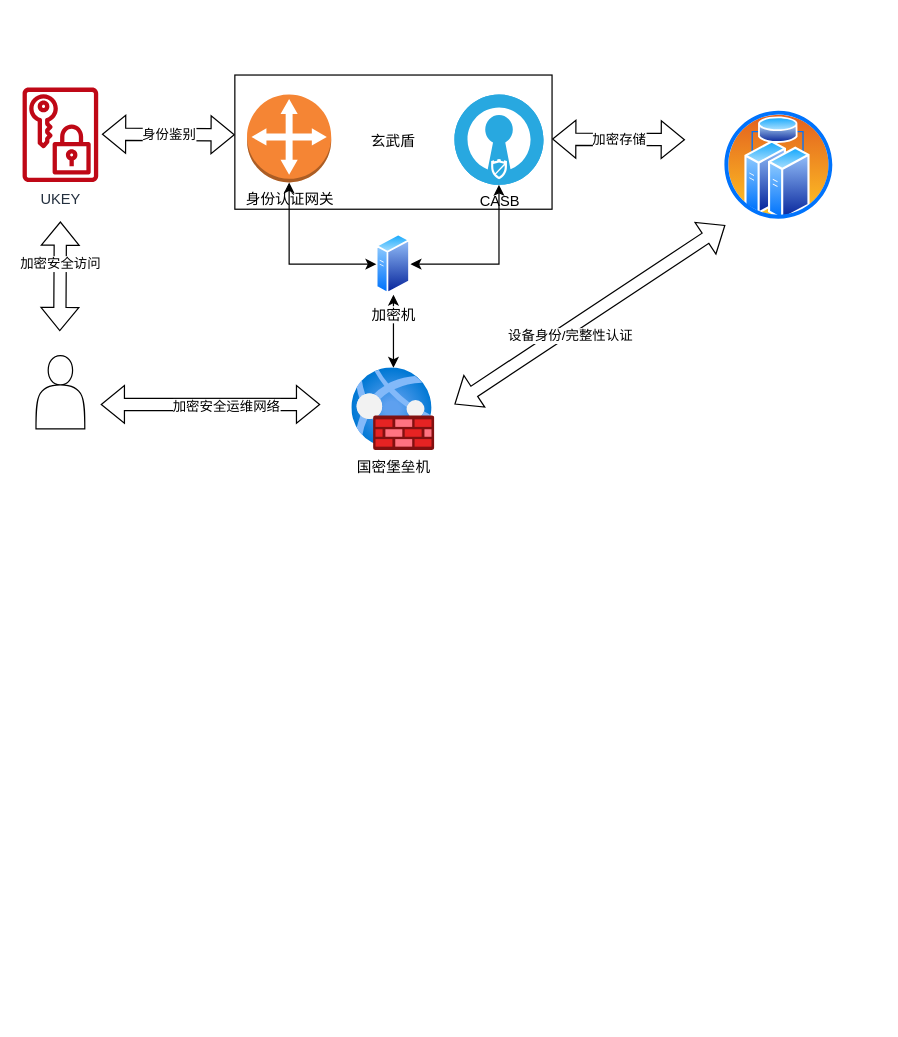
The draw.io diagram Untitled Diagram.drawio in louyu65/HelibRelease.lib, before the edit. Source tidied: cells renumbered, new cells numbered last; positions are measured from the earlier drawing's top-left corner, leaving out a move shared by most shapes. Both pictures are drawn from the tidied source at 122%, with x=0, y=0 at pixel (22, 74).
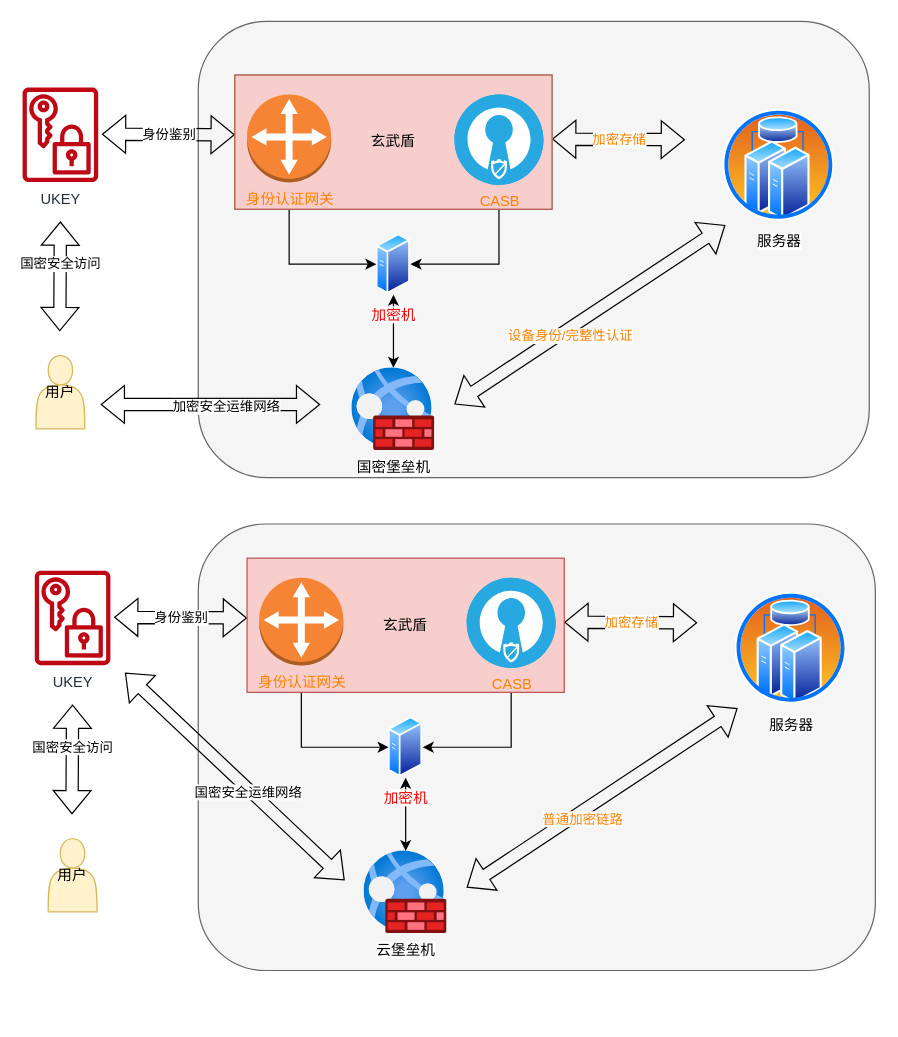
The same page after the edit.

The change refers to these unchanged cells:
```xml
<mxCell id="12" style="shape=flexArrow;endArrow=classic;startArrow=classic;html=1;rounded=0;entryX=0.022;entryY=1.033;entryDx=0;entryDy=0;entryPerimeter=0;" parent="1" edge="1" target="4">
  <mxGeometry relative="1" as="geometry">
    <mxPoint x="354" y="270" as="sourcePoint" />
  </mxGeometry>
</mxCell>
<mxCell id="21" style="shape=flexArrow;endArrow=classic;startArrow=classic;html=1;rounded=0;" parent="1" edge="1">
  <mxGeometry relative="1" as="geometry">
    <mxPoint x="30.5" y="210" as="sourcePoint" />
    <mxPoint x="31" y="120" as="targetPoint" />
  </mxGeometry>
</mxCell>
```

What changed in the source:
```diff
@@
+    <mxCell id="23" style="rounded=1;whiteSpace=wrap;html=1;fillColor=#f5f5f5;strokeColor=#666666;fontColor=#333333;" parent="1" vertex="1">
+      <mxGeometry x="144" y="-44" width="550" height="374" as="geometry" />
+    </mxCell>
+    <mxCell id="24" style="rounded=1;whiteSpace=wrap;html=1;fillColor=#f5f5f5;strokeColor=#666666;fontColor=#333333;" parent="1" vertex="1">
+      <mxGeometry x="144" y="368" width="555" height="366" as="geometry" />
+    </mxCell>
@@
-    <mxCell id="4" style="perimeter=ellipsePerimeter;html=1;align=center;shadow=0;dashed=0;spacingTop=3;image;image=img/lib/active_directory/cluster_server.svg;" parent="1" vertex="1">
+    <mxCell id="4" value="服务器" style="perimeter=ellipsePerimeter;html=1;align=center;shadow=0;dashed=0;spacingTop=3;image;image=img/lib/active_directory/cluster_server.svg;" parent="1" vertex="1">
       <mxGeometry x="574" y="28" width="92" height="92" as="geometry" />
     </mxCell>
-    <mxCell id="5" value="加密存储" style="shape=flexArrow;endArrow=classic;startArrow=classic;html=1;rounded=0;" parent="1" edge="1">
+    <mxCell id="5" value="&lt;font color=&quot;#ff8000&quot;&gt;加密存储&lt;/font&gt;" style="shape=flexArrow;endArrow=classic;startArrow=classic;html=1;rounded=0;" parent="1" edge="1">
       <mxGeometry relative="1" as="geometry">
         <mxPoint x="434" y="52.5" as="sourcePoint" />
         <mxPoint x="543" y="53" as="targetPoint" />
       </mxGeometry>
     </mxCell>
-    <mxCell id="6" style="group;" parent="1" vertex="1">
-      <mxGeometry x="174" width="260" height="110" as="geometry" />
-    </mxCell>
-    <mxCell id="7" value="玄武盾" style="rounded=0;whiteSpace=wrap;html=1;" parent="6" vertex="1">
-      <mxGeometry width="260" height="110" as="geometry" />
-    </mxCell>
-    <mxCell id="8" value="身份认证网关" style="outlineConnect=0;dashed=0;verticalLabelPosition=bottom;verticalAlign=top;align=center;html=1;shape=mxgraph.aws3.customer_gateway;fillColor=#F58534;gradientColor=none;" parent="6" vertex="1">
-      <mxGeometry x="10" y="16" width="69" height="72" as="geometry" />
-    </mxCell>
-    <mxCell id="9" value="CASB" style="fillColor=#28A8E0;verticalLabelPosition=bottom;sketch=0;html=1;strokeColor=#ffffff;verticalAlign=top;align=center;points=[[0.145,0.145,0],[0.5,0,0],[0.855,0.145,0],[1,0.5,0],[0.855,0.855,0],[0.5,1,0],[0.145,0.855,0],[0,0.5,0]];shape=mxgraph.cisco_safe.compositeIcon;bgIcon=ellipse;resIcon=mxgraph.cisco_safe.capability.casb;" parent="6" vertex="1">
-      <mxGeometry x="180" y="16" width="73" height="74" as="geometry" />
-    </mxCell>
@@
-    <mxCell id="13" value="设备身份/完整性认证" style="edgeLabel;html=1;align=center;verticalAlign=middle;" parent="12" vertex="1">
+    <mxCell id="13" value="设备身份/完整性认证" style="edgeLabel;html=1;align=center;verticalAlign=middle;fontColor=#FF8000;" parent="12" vertex="1">
       <mxGeometry x="-0.18" y="-4" relative="1" as="geometry">
         <mxPoint x="1" as="offset" />
       </mxGeometry>
     </mxCell>
@@
-    <mxCell id="16" value="加密机" style="perimeter=ellipsePerimeter;html=1;align=center;shadow=0;dashed=0;spacingTop=3;image;image=img/lib/active_directory/generic_server.svg;" parent="1" vertex="1">
+    <mxCell id="16" value="&lt;font color=&quot;#ff0000&quot;&gt;加密机&lt;/font&gt;" style="perimeter=ellipsePerimeter;html=1;align=center;shadow=0;dashed=0;spacingTop=3;image;image=img/lib/active_directory/generic_server.svg;" parent="1" vertex="1">
       <mxGeometry x="290" y="130" width="28" height="50" as="geometry" />
     </mxCell>
@@
     <mxCell id="19" value="&lt;div style=&quot;text-align: left&quot;&gt;&lt;br&gt;&lt;/div&gt;" style="text;html=1;align=center;verticalAlign=middle;fillColor=none;strokeColor=none;rounded=0;" parent="1" vertex="1">
-      <mxGeometry x="274" y="355" width="20" height="20" as="geometry" />
+      <mxGeometry x="274" y="403" width="20" height="20" as="geometry" />
     </mxCell>
-    <mxCell id="20" style="shape=actor;whiteSpace=wrap;html=1;" parent="1" vertex="1">
+    <mxCell id="20" value="用户" style="shape=actor;whiteSpace=wrap;html=1;fillColor=#fff2cc;strokeColor=#d6b656;" parent="1" vertex="1">
       <mxGeometry x="11" y="230" width="40" height="60" as="geometry" />
     </mxCell>
@@
-    <mxCell id="22" value="加密安全访问" style="edgeLabel;html=1;align=center;verticalAlign=middle;" parent="21" vertex="1">
+    <mxCell id="22" value="国密安全访问" style="edgeLabel;html=1;align=center;verticalAlign=middle;" parent="21" vertex="1">
       <mxGeometry x="0.24" relative="1" as="geometry" />
     </mxCell>
+    <mxCell id="25" value="UKEY" style="sketch=0;fontColor=#232F3E;gradientColor=none;fillColor=#BF0816;strokeColor=none;dashed=0;verticalLabelPosition=bottom;verticalAlign=top;align=center;html=1;fontSize=12;fontStyle=0;shape=mxgraph.aws4.data_encryption_key;" parent="1" vertex="1">
+      <mxGeometry x="10" y="406" width="62" height="78" as="geometry" />
+    </mxCell>
+    <mxCell id="26" value="身份鉴别" style="shape=flexArrow;endArrow=classic;startArrow=classic;html=1;rounded=0;" parent="1" edge="1">
+      <mxGeometry relative="1" as="geometry">
+        <mxPoint x="75" y="444.5" as="sourcePoint" />
+        <mxPoint x="184" y="445" as="targetPoint" />
+      </mxGeometry>
+    </mxCell>
+    <mxCell id="27" value="服务器" style="perimeter=ellipsePerimeter;html=1;align=center;shadow=0;dashed=0;spacingTop=3;image;image=img/lib/active_directory/cluster_server.svg;" parent="1" vertex="1">
+      <mxGeometry x="584" y="424" width="92" height="92" as="geometry" />
+    </mxCell>
+    <mxCell id="28" value="&lt;font color=&quot;#ff8000&quot;&gt;加密存储&lt;/font&gt;" style="shape=flexArrow;endArrow=classic;startArrow=classic;html=1;rounded=0;" parent="1" edge="1">
+      <mxGeometry relative="1" as="geometry">
+        <mxPoint x="444" y="448.5" as="sourcePoint" />
+        <mxPoint x="553" y="449" as="targetPoint" />
+      </mxGeometry>
+    </mxCell>
+    <mxCell id="29" style="edgeStyle=orthogonalEdgeStyle;rounded=0;jettySize=auto;html=1;startArrow=classic;startFill=1;" parent="1" edge="1" source="30" target="35">
+      <mxGeometry relative="1" as="geometry" />
+    </mxCell>
+    <mxCell id="30" value="云堡垒机" style="html=1;points=[];align=center;image;fontSize=12;image=img/lib/azure2/networking/Web_Application_Firewall_Policies_WAF.svg;" parent="1" vertex="1">
+      <mxGeometry x="280" y="636" width="68" height="68" as="geometry" />
+    </mxCell>
+    <mxCell id="31" style="shape=flexArrow;endArrow=classic;startArrow=classic;html=1;rounded=0;entryX=0.022;entryY=1.033;entryDx=0;entryDy=0;entryPerimeter=0;" parent="1" edge="1" target="27">
+      <mxGeometry relative="1" as="geometry">
+        <mxPoint x="364" y="666" as="sourcePoint" />
+      </mxGeometry>
+    </mxCell>
+    <mxCell id="32" value="普通加密链路" style="edgeLabel;html=1;align=center;verticalAlign=middle;fontColor=#FF8000;" parent="31" vertex="1">
+      <mxGeometry x="-0.18" y="-4" relative="1" as="geometry">
+        <mxPoint x="1" as="offset" />
+      </mxGeometry>
+    </mxCell>
+    <mxCell id="33" style="shape=flexArrow;endArrow=classic;startArrow=classic;html=1;rounded=0;" parent="1" edge="1">
+      <mxGeometry relative="1" as="geometry">
+        <mxPoint x="84" y="490" as="sourcePoint" />
+        <mxPoint x="264" y="660" as="targetPoint" />
+      </mxGeometry>
+    </mxCell>
+    <mxCell id="34" value="国密安全运维网络" style="edgeLabel;html=1;align=center;verticalAlign=middle;" parent="33" vertex="1">
+      <mxGeometry x="0.14" y="-1" relative="1" as="geometry">
+        <mxPoint x="-1" as="offset" />
+      </mxGeometry>
+    </mxCell>
+    <mxCell id="35" value="&lt;font color=&quot;#ff0000&quot;&gt;加密机&lt;/font&gt;" style="perimeter=ellipsePerimeter;html=1;align=center;shadow=0;dashed=0;spacingTop=3;image;image=img/lib/active_directory/generic_server.svg;" parent="1" vertex="1">
+      <mxGeometry x="300" y="526" width="28" height="50" as="geometry" />
+    </mxCell>
+    <mxCell id="36" style="edgeStyle=orthogonalEdgeStyle;rounded=0;jettySize=auto;html=1;exitX=0.5;exitY=1;exitDx=0;exitDy=0;exitPerimeter=0;entryX=0;entryY=0.5;entryDx=0;entryDy=0;startArrow=classic;startFill=1;" parent="1" edge="1" source="45" target="35">
+      <mxGeometry relative="1" as="geometry" />
+    </mxCell>
+    <mxCell id="37" style="edgeStyle=orthogonalEdgeStyle;rounded=0;jettySize=auto;html=1;exitX=0.5;exitY=1;exitDx=0;exitDy=0;exitPerimeter=0;entryX=1;entryY=0.5;entryDx=0;entryDy=0;startArrow=classic;startFill=1;" parent="1" edge="1" source="46" target="35">
+      <mxGeometry relative="1" as="geometry" />
+    </mxCell>
+    <mxCell id="38" value="&lt;div style=&quot;text-align: left&quot;&gt;&lt;br&gt;&lt;/div&gt;" style="text;html=1;align=center;verticalAlign=middle;fillColor=none;strokeColor=none;rounded=0;" parent="1" vertex="1">
+      <mxGeometry x="284" y="751" width="20" height="20" as="geometry" />
+    </mxCell>
+    <mxCell id="39" value="用户" style="shape=actor;whiteSpace=wrap;html=1;fillColor=#fff2cc;strokeColor=#d6b656;" parent="1" vertex="1">
+      <mxGeometry x="21" y="626" width="40" height="60" as="geometry" />
+    </mxCell>
+    <mxCell id="40" style="shape=flexArrow;endArrow=classic;startArrow=classic;html=1;rounded=0;" parent="1" edge="1">
+      <mxGeometry relative="1" as="geometry">
+        <mxPoint x="40.5" y="606" as="sourcePoint" />
+        <mxPoint x="41" y="516" as="targetPoint" />
+      </mxGeometry>
+    </mxCell>
+    <mxCell id="41" value="国密安全访问" style="edgeLabel;html=1;align=center;verticalAlign=middle;" parent="40" vertex="1">
+      <mxGeometry x="0.24" relative="1" as="geometry" />
+    </mxCell>
+    <mxCell id="42" style="group;" parent="1" vertex="1">
+      <mxGeometry x="174" width="260" height="110" as="geometry" />
+    </mxCell>
+    <mxCell id="6" style="group;fillColor=#d5e8d4;strokeColor=#82b366;" parent="42" vertex="1">
+      <mxGeometry width="260" height="110" as="geometry" />
+    </mxCell>
+    <mxCell id="7" value="玄武盾" style="rounded=0;whiteSpace=wrap;html=1;fillColor=#f8cecc;strokeColor=#b85450;" parent="42" vertex="1">
+      <mxGeometry width="260" height="110" as="geometry" />
+    </mxCell>
+    <mxCell id="8" value="&lt;font color=&quot;#ff8000&quot;&gt;身份认证网关&lt;/font&gt;" style="outlineConnect=0;dashed=0;verticalLabelPosition=bottom;verticalAlign=top;align=center;html=1;shape=mxgraph.aws3.customer_gateway;fillColor=#F58534;gradientColor=none;" parent="42" vertex="1">
+      <mxGeometry x="10" y="16" width="69" height="72" as="geometry" />
+    </mxCell>
+    <mxCell id="9" value="&lt;font color=&quot;#ff8000&quot;&gt;CASB&lt;/font&gt;" style="fillColor=#28A8E0;verticalLabelPosition=bottom;sketch=0;html=1;strokeColor=#ffffff;verticalAlign=top;align=center;points=[[0.145,0.145,0],[0.5,0,0],[0.855,0.145,0],[1,0.5,0],[0.855,0.855,0],[0.5,1,0],[0.145,0.855,0],[0,0.5,0]];shape=mxgraph.cisco_safe.compositeIcon;bgIcon=ellipse;resIcon=mxgraph.cisco_safe.capability.casb;" parent="42" vertex="1">
+      <mxGeometry x="180" y="16" width="73" height="74" as="geometry" />
+    </mxCell>
+    <mxCell id="43" style="group;" parent="1" vertex="1">
+      <mxGeometry x="184" y="396" width="260" height="110" as="geometry" />
+    </mxCell>
+    <mxCell id="44" value="玄武盾" style="rounded=0;whiteSpace=wrap;html=1;fillColor=#f8cecc;strokeColor=#b85450;" parent="43" vertex="1">
+      <mxGeometry width="260" height="110" as="geometry" />
+    </mxCell>
+    <mxCell id="45" value="&lt;font color=&quot;#ff8000&quot;&gt;身份认证网关&lt;/font&gt;" style="outlineConnect=0;dashed=0;verticalLabelPosition=bottom;verticalAlign=top;align=center;html=1;shape=mxgraph.aws3.customer_gateway;fillColor=#F58534;gradientColor=none;" parent="43" vertex="1">
+      <mxGeometry x="10" y="16" width="69" height="72" as="geometry" />
+    </mxCell>
+    <mxCell id="46" value="&lt;font color=&quot;#ff8000&quot;&gt;CASB&lt;/font&gt;" style="fillColor=#28A8E0;verticalLabelPosition=bottom;sketch=0;html=1;strokeColor=#ffffff;verticalAlign=top;align=center;points=[[0.145,0.145,0],[0.5,0,0],[0.855,0.145,0],[1,0.5,0],[0.855,0.855,0],[0.5,1,0],[0.145,0.855,0],[0,0.5,0]];shape=mxgraph.cisco_safe.compositeIcon;bgIcon=ellipse;resIcon=mxgraph.cisco_safe.capability.casb;" parent="43" vertex="1">
+      <mxGeometry x="180" y="16" width="73" height="74" as="geometry" />
+    </mxCell>
```
